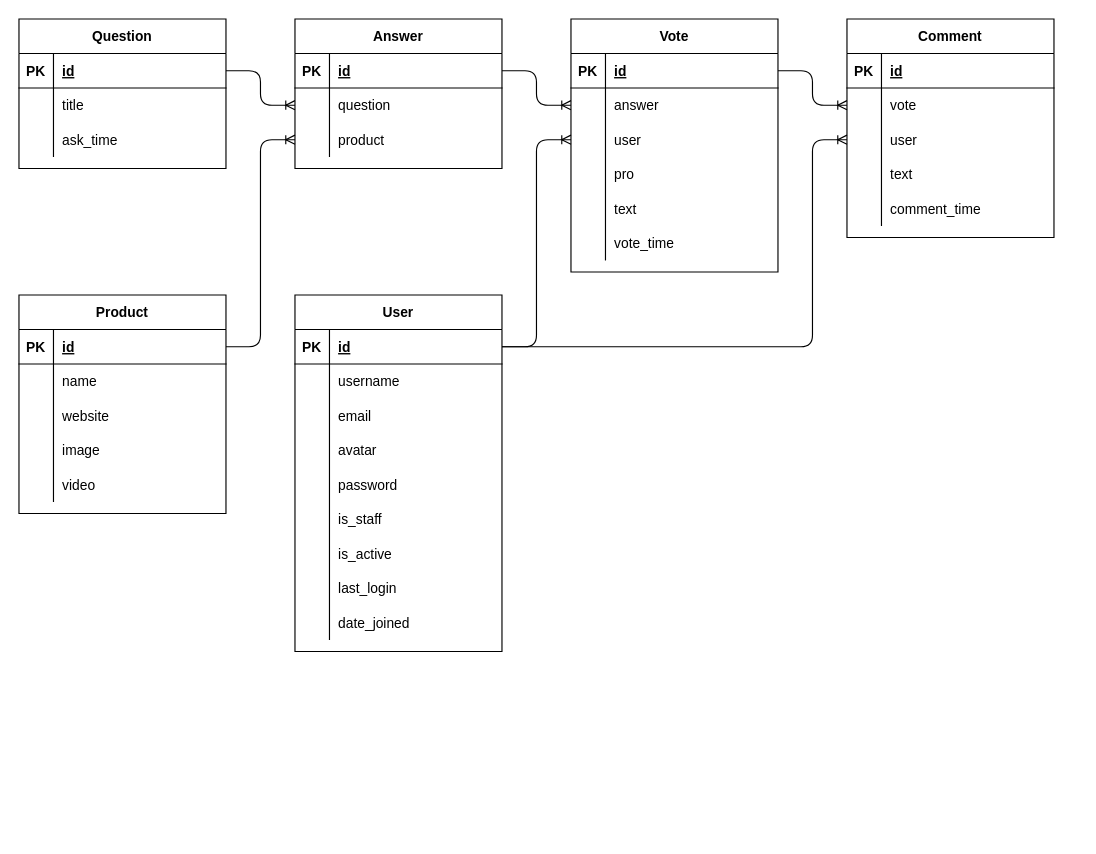
Before: db.dio in Egor4ik325/rankrise, a draw.io diagram. Source tidied: cells renumbered, new cells numbered last; positions are measured from the earlier drawing's top-left corner, leaving out a move shared by most shapes. Both pictures are drawn from the tidied source at 115%, with x=0, y=0 at pixel (18, 18).
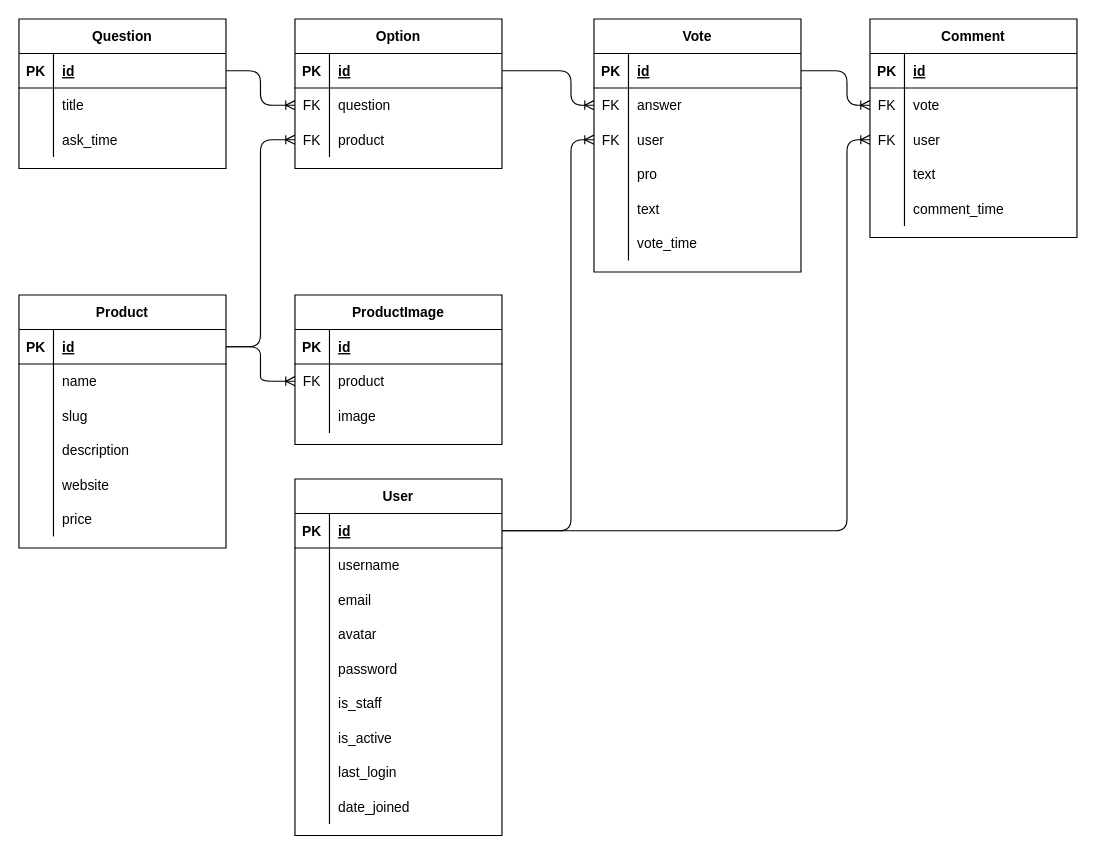
Above is the later version.

Commit message (it also covers changes not shown here):
Add product requirements + tests

Unchanged cells that the change refers to:
```xml
<mxCell id="3" style="shape=partialRectangle;fillColor=none;top=0;left=0;bottom=1;right=0;points=[[0,0.5],[1,0.5]];portConstraint=eastwest;" parent="2" vertex="1">
  <mxGeometry y="30" width="180" height="30" as="geometry" />
</mxCell>
<mxCell id="31" style="shape=partialRectangle;fillColor=none;top=0;left=0;bottom=1;right=0;points=[[0,0.5],[1,0.5]];portConstraint=eastwest;" parent="30" vertex="1">
  <mxGeometry y="30" width="180" height="30" as="geometry" />
</mxCell>
<mxCell id="47" style="shape=partialRectangle;fillColor=none;top=0;left=0;bottom=1;right=0;points=[[0,0.5],[1,0.5]];portConstraint=eastwest;" parent="46" vertex="1">
  <mxGeometry y="30" width="180" height="30" as="geometry" />
</mxCell>
<mxCell id="50" style="shape=partialRectangle;fillColor=none;top=0;left=0;bottom=0;right=0;points=[[0,0.5],[1,0.5]];portConstraint=eastwest;" parent="46" vertex="1">
  <mxGeometry y="60" width="180" height="30" as="geometry" />
</mxCell>
<mxCell id="53" style="shape=partialRectangle;fillColor=none;top=0;left=0;bottom=0;right=0;points=[[0,0.5],[1,0.5]];portConstraint=eastwest;" parent="46" vertex="1">
  <mxGeometry y="90" width="180" height="30" as="geometry" />
</mxCell>
<mxCell id="67" style="shape=partialRectangle;fillColor=none;top=0;left=0;bottom=1;right=0;points=[[0,0.5],[1,0.5]];portConstraint=eastwest;" parent="66" vertex="1">
  <mxGeometry y="30" width="180" height="30" as="geometry" />
</mxCell>
<mxCell id="70" style="shape=partialRectangle;fillColor=none;top=0;left=0;bottom=0;right=0;points=[[0,0.5],[1,0.5]];portConstraint=eastwest;" parent="66" vertex="1">
  <mxGeometry y="60" width="180" height="30" as="geometry" />
</mxCell>
<mxCell id="73" style="shape=partialRectangle;fillColor=none;top=0;left=0;bottom=0;right=0;points=[[0,0.5],[1,0.5]];portConstraint=eastwest;" parent="66" vertex="1">
  <mxGeometry y="90" width="180" height="30" as="geometry" />
</mxCell>
<mxCell id="89" style="shape=partialRectangle;fillColor=none;top=0;left=0;bottom=0;right=0;points=[[0,0.5],[1,0.5]];portConstraint=eastwest;" parent="85" vertex="1">
  <mxGeometry y="60" width="180" height="30" as="geometry" />
</mxCell>
<mxCell id="92" style="shape=partialRectangle;fillColor=none;top=0;left=0;bottom=0;right=0;points=[[0,0.5],[1,0.5]];portConstraint=eastwest;" parent="85" vertex="1">
  <mxGeometry y="90" width="180" height="30" as="geometry" />
</mxCell>
```

What changed in the source:
```diff
@@
     <mxCell id="2" value="User" style="shape=table;startSize=30;childLayout=tableLayout;rowLines=0;fontStyle=1;align=center;" parent="1" vertex="1">
-      <mxGeometry x="240" y="240" width="180" height="310" as="geometry" />
+      <mxGeometry x="240" y="400" width="180" height="310" as="geometry" />
     </mxCell>
@@
     <mxCell id="30" value="Product" style="shape=table;startSize=30;childLayout=tableLayout;rowLines=0;fontStyle=1;align=center;" parent="1" vertex="1">
-      <mxGeometry y="240" width="180" height="190" as="geometry" />
+      <mxGeometry y="240" width="180" height="220" as="geometry" />
     </mxCell>
@@
+    <mxCell id="107" style="shape=partialRectangle;fillColor=none;top=0;left=0;bottom=0;right=0;" parent="30" vertex="1">
+      <mxGeometry y="90" width="180" height="30" as="geometry" />
+    </mxCell>
+    <mxCell id="108" style="shape=partialRectangle;fillColor=none;top=0;left=0;bottom=0;right=0;overflow=hidden;" parent="107" vertex="1">
+      <mxGeometry width="30" height="30" as="geometry" />
+    </mxCell>
+    <mxCell id="109" value="slug" style="shape=partialRectangle;fillColor=none;top=0;left=0;bottom=0;right=0;align=left;spacingLeft=6;overflow=hidden;" parent="107" vertex="1">
+      <mxGeometry x="30" width="150" height="30" as="geometry" />
+    </mxCell>
+    <mxCell id="40" style="shape=partialRectangle;fillColor=none;top=0;left=0;bottom=0;right=0;" parent="30" vertex="1">
+      <mxGeometry y="120" width="180" height="30" as="geometry" />
+    </mxCell>
+    <mxCell id="110" style="shape=partialRectangle;fillColor=none;top=0;left=0;bottom=0;right=0;overflow=hidden;" parent="40" vertex="1">
+      <mxGeometry width="30" height="30" as="geometry" />
+    </mxCell>
+    <mxCell id="111" value="description" style="shape=partialRectangle;fillColor=none;top=0;left=0;bottom=0;right=0;align=left;spacingLeft=6;overflow=hidden;" parent="40" vertex="1">
+      <mxGeometry x="30" width="150" height="30" as="geometry" />
+    </mxCell>
     <mxCell id="37" style="shape=partialRectangle;fillColor=none;top=0;left=0;bottom=0;right=0;" parent="30" vertex="1">
-      <mxGeometry y="90" width="180" height="30" as="geometry" />
+      <mxGeometry y="150" width="180" height="30" as="geometry" />
     </mxCell>
@@
-    <mxCell id="40" style="shape=partialRectangle;fillColor=none;top=0;left=0;bottom=0;right=0;" parent="30" vertex="1">
-      <mxGeometry y="120" width="180" height="30" as="geometry" />
-    </mxCell>
-    <mxCell id="41" style="shape=partialRectangle;fillColor=none;top=0;left=0;bottom=0;right=0;overflow=hidden;" parent="40" vertex="1">
-      <mxGeometry width="30" height="30" as="geometry" />
-    </mxCell>
-    <mxCell id="42" value="image" style="shape=partialRectangle;fillColor=none;top=0;left=0;bottom=0;right=0;align=left;spacingLeft=6;overflow=hidden;" parent="40" vertex="1">
-      <mxGeometry x="30" width="150" height="30" as="geometry" />
-    </mxCell>
-    <mxCell id="43" style="shape=partialRectangle;fillColor=none;top=0;left=0;bottom=0;right=0;" parent="30" vertex="1">
-      <mxGeometry y="150" width="180" height="30" as="geometry" />
-    </mxCell>
-    <mxCell id="44" style="shape=partialRectangle;fillColor=none;top=0;left=0;bottom=0;right=0;overflow=hidden;" parent="43" vertex="1">
-      <mxGeometry width="30" height="30" as="geometry" />
-    </mxCell>
-    <mxCell id="45" value="video" style="shape=partialRectangle;fillColor=none;top=0;left=0;bottom=0;right=0;align=left;spacingLeft=6;overflow=hidden;" parent="43" vertex="1">
-      <mxGeometry x="30" width="150" height="30" as="geometry" />
-    </mxCell>
+    <mxCell id="112" style="shape=partialRectangle;fillColor=none;top=0;left=0;bottom=0;right=0;" parent="30" vertex="1">
+      <mxGeometry y="180" width="180" height="30" as="geometry" />
+    </mxCell>
+    <mxCell id="113" style="shape=partialRectangle;fillColor=none;top=0;left=0;bottom=0;right=0;overflow=hidden;" parent="112" vertex="1">
+      <mxGeometry width="30" height="30" as="geometry" />
+    </mxCell>
+    <mxCell id="114" value="price" style="shape=partialRectangle;fillColor=none;top=0;left=0;bottom=0;right=0;align=left;spacingLeft=6;overflow=hidden;" parent="112" vertex="1">
+      <mxGeometry x="30" width="150" height="30" as="geometry" />
+    </mxCell>
-    <mxCell id="46" value="Answer" style="shape=table;startSize=30;childLayout=tableLayout;rowLines=0;fontStyle=1;align=center;" parent="1" vertex="1">
+    <mxCell id="46" value="Option" style="shape=table;startSize=30;childLayout=tableLayout;rowLines=0;fontStyle=1;align=center;" parent="1" vertex="1">
       <mxGeometry x="240" width="180" height="130" as="geometry" />
     </mxCell>
@@
-    <mxCell id="51" style="shape=partialRectangle;fillColor=none;top=0;left=0;bottom=0;right=0;overflow=hidden;" parent="50" vertex="1">
+    <mxCell id="51" value="FK" style="shape=partialRectangle;fillColor=none;top=0;left=0;bottom=0;right=0;overflow=hidden;" parent="50" vertex="1">
       <mxGeometry width="30" height="30" as="geometry" />
     </mxCell>
@@
-    <mxCell id="54" style="shape=partialRectangle;fillColor=none;top=0;left=0;bottom=0;right=0;overflow=hidden;" parent="53" vertex="1">
+    <mxCell id="54" value="FK" style="shape=partialRectangle;fillColor=none;top=0;left=0;bottom=0;right=0;overflow=hidden;" parent="53" vertex="1">
       <mxGeometry width="30" height="30" as="geometry" />
     </mxCell>
@@
     <mxCell id="66" value="Vote" style="shape=table;startSize=30;childLayout=tableLayout;rowLines=0;fontStyle=1;align=center;" parent="1" vertex="1">
-      <mxGeometry x="480" width="180" height="220" as="geometry" />
+      <mxGeometry x="500" width="180" height="220" as="geometry" />
     </mxCell>
@@
-    <mxCell id="71" style="shape=partialRectangle;fillColor=none;top=0;left=0;bottom=0;right=0;overflow=hidden;" parent="70" vertex="1">
+    <mxCell id="71" value="FK" style="shape=partialRectangle;fillColor=none;top=0;left=0;bottom=0;right=0;overflow=hidden;" parent="70" vertex="1">
       <mxGeometry width="30" height="30" as="geometry" />
     </mxCell>
@@
-    <mxCell id="74" style="shape=partialRectangle;fillColor=none;top=0;left=0;bottom=0;right=0;overflow=hidden;" parent="73" vertex="1">
+    <mxCell id="74" value="FK" style="shape=partialRectangle;fillColor=none;top=0;left=0;bottom=0;right=0;overflow=hidden;" parent="73" vertex="1">
       <mxGeometry width="30" height="30" as="geometry" />
     </mxCell>
@@
     <mxCell id="85" value="Comment" style="shape=table;startSize=30;childLayout=tableLayout;rowLines=0;fontStyle=1;align=center;" parent="1" vertex="1">
-      <mxGeometry x="720" width="180" height="190" as="geometry" />
+      <mxGeometry x="740" width="180" height="190" as="geometry" />
     </mxCell>
@@
-    <mxCell id="90" style="shape=partialRectangle;fillColor=none;top=0;left=0;bottom=0;right=0;overflow=hidden;" parent="89" vertex="1">
+    <mxCell id="90" value="FK" style="shape=partialRectangle;fillColor=none;top=0;left=0;bottom=0;right=0;overflow=hidden;" parent="89" vertex="1">
       <mxGeometry width="30" height="30" as="geometry" />
     </mxCell>
@@
-    <mxCell id="93" style="shape=partialRectangle;fillColor=none;top=0;left=0;bottom=0;right=0;overflow=hidden;" parent="92" vertex="1">
+    <mxCell id="93" value="FK" style="shape=partialRectangle;fillColor=none;top=0;left=0;bottom=0;right=0;overflow=hidden;" parent="92" vertex="1">
       <mxGeometry width="30" height="30" as="geometry" />
     </mxCell>
@@
     <mxCell id="103" style="edgeStyle=orthogonalEdgeStyle;fontSize=12;html=1;endArrow=ERoneToMany;entryX=0;entryY=0.5;entryDx=0;entryDy=0;exitX=1;exitY=0.5;exitDx=0;exitDy=0;" parent="1" edge="1" source="3" target="73">
-      <mxGeometry relative="1" as="geometry" />
+      <mxGeometry relative="1" as="geometry">
+        <Array as="points">
+          <mxPoint x="480" y="445" />
+          <mxPoint x="480" y="105" />
+        </Array>
+      </mxGeometry>
     </mxCell>
     <mxCell id="104" style="edgeStyle=orthogonalEdgeStyle;fontSize=12;html=1;endArrow=ERoneToMany;entryX=0;entryY=0.5;entryDx=0;entryDy=0;exitX=1;exitY=0.5;exitDx=0;exitDy=0;" parent="1" edge="1" source="47" target="70">
-      <mxGeometry relative="1" as="geometry" />
+      <mxGeometry relative="1" as="geometry">
+        <Array as="points">
+          <mxPoint x="480" y="45" />
+          <mxPoint x="480" y="75" />
+        </Array>
+      </mxGeometry>
     </mxCell>
     <mxCell id="105" style="edgeStyle=orthogonalEdgeStyle;fontSize=12;html=1;endArrow=ERoneToMany;entryX=0;entryY=0.5;entryDx=0;entryDy=0;exitX=1;exitY=0.5;exitDx=0;exitDy=0;" parent="1" edge="1" source="67" target="89">
-      <mxGeometry relative="1" as="geometry" />
+      <mxGeometry relative="1" as="geometry">
+        <Array as="points">
+          <mxPoint x="720" y="45" />
+          <mxPoint x="720" y="75" />
+        </Array>
+      </mxGeometry>
     </mxCell>
     <mxCell id="106" style="edgeStyle=orthogonalEdgeStyle;fontSize=12;html=1;endArrow=ERoneToMany;entryX=0;entryY=0.5;entryDx=0;entryDy=0;exitX=1;exitY=0.5;exitDx=0;exitDy=0;" parent="1" edge="1" source="3" target="92">
       <mxGeometry relative="1" as="geometry">
         <Array as="points">
-          <mxPoint x="690" y="285" />
-          <mxPoint x="690" y="105" />
+          <mxPoint x="720" y="445" />
+          <mxPoint x="720" y="105" />
         </Array>
       </mxGeometry>
     </mxCell>
+    <mxCell id="115" value="ProductImage" style="shape=table;startSize=30;childLayout=tableLayout;rowLines=0;fontStyle=1;align=center;" parent="1" vertex="1">
+      <mxGeometry x="240" y="240" width="180" height="130" as="geometry" />
+    </mxCell>
+    <mxCell id="116" style="shape=partialRectangle;fillColor=none;top=0;left=0;bottom=1;right=0;" parent="115" vertex="1">
+      <mxGeometry y="30" width="180" height="30" as="geometry" />
+    </mxCell>
+    <mxCell id="117" value="PK" style="shape=partialRectangle;fillColor=none;top=0;left=0;bottom=0;right=0;fontStyle=1;overflow=hidden;" parent="116" vertex="1">
+      <mxGeometry width="30" height="30" as="geometry" />
+    </mxCell>
+    <mxCell id="118" value="id" style="shape=partialRectangle;fillColor=none;top=0;left=0;bottom=0;right=0;align=left;spacingLeft=6;fontStyle=5;overflow=hidden;" parent="116" vertex="1">
+      <mxGeometry x="30" width="150" height="30" as="geometry" />
+    </mxCell>
+    <mxCell id="119" style="shape=partialRectangle;fillColor=none;top=0;left=0;bottom=0;right=0;points=[[0,0.5],[1,0.5]];portConstraint=eastwest;" parent="115" vertex="1">
+      <mxGeometry y="60" width="180" height="30" as="geometry" />
+    </mxCell>
+    <mxCell id="120" value="FK" style="shape=partialRectangle;fillColor=none;top=0;left=0;bottom=0;right=0;overflow=hidden;" parent="119" vertex="1">
+      <mxGeometry width="30" height="30" as="geometry" />
+    </mxCell>
+    <mxCell id="121" value="product" style="shape=partialRectangle;fillColor=none;top=0;left=0;bottom=0;right=0;align=left;spacingLeft=6;overflow=hidden;" parent="119" vertex="1">
+      <mxGeometry x="30" width="150" height="30" as="geometry" />
+    </mxCell>
+    <mxCell id="122" style="shape=partialRectangle;fillColor=none;top=0;left=0;bottom=0;right=0;" parent="115" vertex="1">
+      <mxGeometry y="90" width="180" height="30" as="geometry" />
+    </mxCell>
+    <mxCell id="123" style="shape=partialRectangle;fillColor=none;top=0;left=0;bottom=0;right=0;overflow=hidden;" parent="122" vertex="1">
+      <mxGeometry width="30" height="30" as="geometry" />
+    </mxCell>
+    <mxCell id="42" value="image" style="shape=partialRectangle;fillColor=none;top=0;left=0;bottom=0;right=0;align=left;spacingLeft=6;overflow=hidden;" parent="122" vertex="1">
+      <mxGeometry x="30" width="150" height="30" as="geometry" />
+    </mxCell>
+    <mxCell id="124" style="edgeStyle=entityRelationEdgeStyle;fontSize=12;html=1;endArrow=ERoneToMany;entryX=0;entryY=0.5;entryDx=0;entryDy=0;exitX=1;exitY=0.5;exitDx=0;exitDy=0;" parent="1" edge="1" source="31" target="119">
+      <mxGeometry relative="1" as="geometry" />
+    </mxCell>
```
